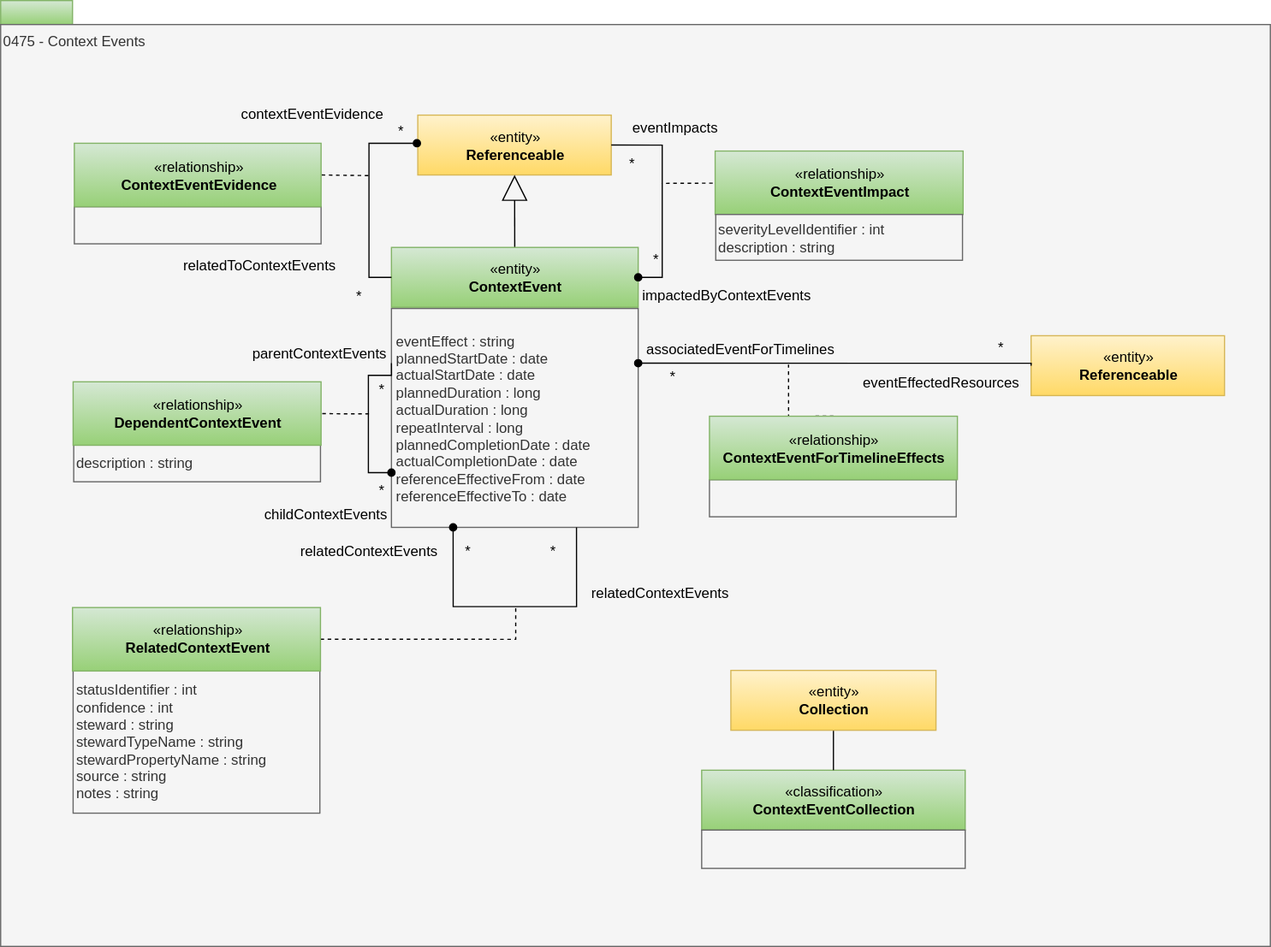
The draw.io diagram site/docs/types/4/0475-Context-Events.svg in odpi/egeria-docs, before a commit. Source tidied: cells renumbered, new cells last; positions are measured from the earlier drawing's top-left corner, leaving out a move shared by most shapes.
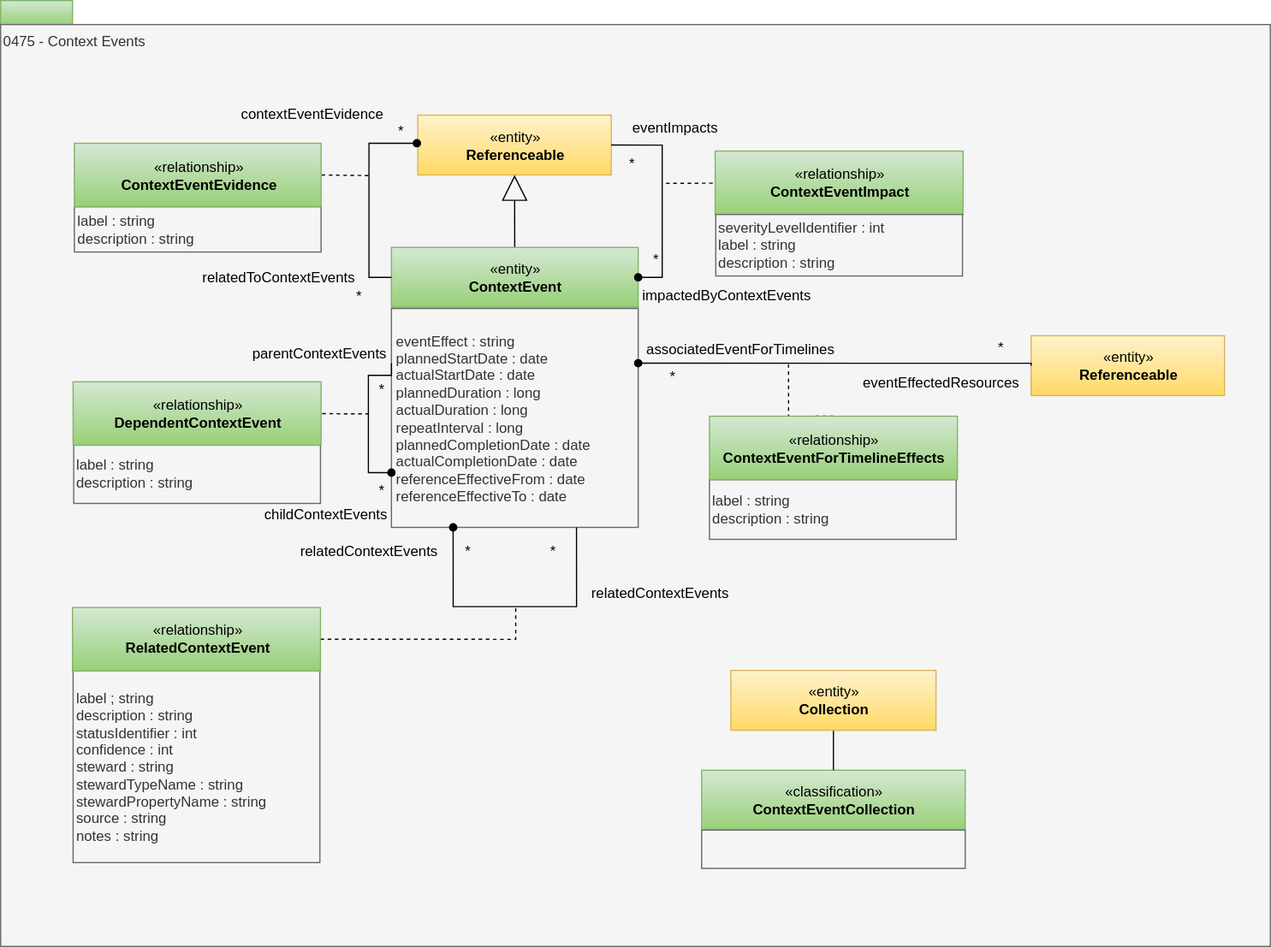
Later version of the same file.

Diff of the diagram source:
```diff
@@ -14,8 +14,8 @@
     <mxCell id="5" value="«entity»&lt;br&gt;&lt;b&gt;Referenceable&lt;/b&gt;" style="html=1;strokeColor=#d6b656;align=center;fillColor=#fff2cc;gradientColor=#ffd966;" parent="1" vertex="1">
       <mxGeometry x="348.2" y="95.7" width="161.5" height="50" as="geometry" />
     </mxCell>
-    <mxCell id="6" value="description : string" style="rounded=0;whiteSpace=wrap;html=1;strokeColor=#666666;align=left;fillColor=#f5f5f5;fontColor=#333333;" parent="1" vertex="1">
-      <mxGeometry x="61" y="370.9" width="206" height="31" as="geometry" />
+    <mxCell id="6" value="label : string&lt;div&gt;description : string&lt;/div&gt;" style="rounded=0;whiteSpace=wrap;html=1;strokeColor=#666666;align=left;fillColor=#f5f5f5;fontColor=#333333;" parent="1" vertex="1">
+      <mxGeometry x="61" y="370.9" width="206" height="49.1" as="geometry" />
     </mxCell>
     <mxCell id="7" value="*" style="text;html=1;strokeColor=none;fillColor=none;align=center;verticalAlign=middle;whiteSpace=wrap;rounded=0;" parent="1" vertex="1">
       <mxGeometry x="297.5" y="315" width="40" height="20" as="geometry" />
@@ -59,8 +59,8 @@
     <mxCell id="18" value="associatedEventForTimelines" style="text;html=1;align=center;verticalAlign=middle;" parent="1" vertex="1">
       <mxGeometry x="527.2" y="276" width="180" height="30" as="geometry" />
     </mxCell>
-    <mxCell id="19" style="rounded=0;whiteSpace=wrap;html=1;strokeColor=#666666;align=left;fillColor=#f5f5f5;fontColor=#333333;" parent="1" vertex="1">
-      <mxGeometry x="61.5" y="172.2" width="206" height="31" as="geometry" />
+    <mxCell id="19" value="label : string&lt;div&gt;description : string&lt;/div&gt;" style="rounded=0;whiteSpace=wrap;html=1;strokeColor=#666666;align=left;fillColor=#f5f5f5;fontColor=#333333;" parent="1" vertex="1">
+      <mxGeometry x="61.5" y="172.2" width="206" height="37.8" as="geometry" />
     </mxCell>
     <mxCell id="20" style="edgeStyle=orthogonalEdgeStyle;rounded=0;html=1;exitX=0;exitY=0.5;exitDx=0;exitDy=0;dashed=1;endArrow=none;endFill=0;jettySize=auto;" parent="1" edge="1" source="21">
       <mxGeometry relative="1" as="geometry">
@@ -105,8 +105,8 @@
     <mxCell id="28" value="*" style="text;html=1;strokeColor=none;fillColor=none;align=center;verticalAlign=middle;whiteSpace=wrap;rounded=0;" parent="1" vertex="1">
       <mxGeometry x="370" y="450" width="40" height="20" as="geometry" />
     </mxCell>
-    <mxCell id="29" value="statusIdentifier : int&lt;br&gt;confidence : int&lt;br style=&quot;border-color: var(--border-color);&quot;&gt;steward : string&lt;br style=&quot;border-color: var(--border-color);&quot;&gt;stewardTypeName : string&lt;br style=&quot;border-color: var(--border-color);&quot;&gt;stewardPropertyName : string&lt;br style=&quot;border-color: var(--border-color);&quot;&gt;source : string&lt;br style=&quot;border-color: var(--border-color);&quot;&gt;notes : string" style="rounded=0;whiteSpace=wrap;html=1;strokeColor=#666666;align=left;fillColor=#f5f5f5;fontColor=#333333;" parent="1" vertex="1">
-      <mxGeometry x="60.5" y="559.5" width="206" height="119.2" as="geometry" />
+    <mxCell id="29" value="label ; string&lt;div&gt;description : string&lt;br&gt;&lt;div&gt;statusIdentifier : int&lt;br&gt;confidence : int&lt;br style=&quot;border-color: var(--border-color);&quot;&gt;steward : string&lt;br style=&quot;border-color: var(--border-color);&quot;&gt;stewardTypeName : string&lt;br style=&quot;border-color: var(--border-color);&quot;&gt;stewardPropertyName : string&lt;br style=&quot;border-color: var(--border-color);&quot;&gt;source : string&lt;br style=&quot;border-color: var(--border-color);&quot;&gt;notes : string&lt;/div&gt;&lt;/div&gt;" style="rounded=0;whiteSpace=wrap;html=1;strokeColor=#666666;align=left;fillColor=#f5f5f5;fontColor=#333333;" parent="1" vertex="1">
+      <mxGeometry x="60.5" y="559.5" width="206" height="160.5" as="geometry" />
     </mxCell>
     <mxCell id="30" style="edgeStyle=orthogonalEdgeStyle;rounded=0;html=1;exitX=1;exitY=0.5;exitDx=0;exitDy=0;dashed=1;endArrow=none;endFill=0;jettySize=auto;" parent="1" edge="1" source="31">
       <mxGeometry relative="1" as="geometry">
@@ -142,8 +142,8 @@
     <mxCell id="38" value="*" style="text;html=1;strokeColor=none;fillColor=none;align=center;verticalAlign=middle;whiteSpace=wrap;rounded=0;" parent="1" vertex="1">
       <mxGeometry x="278.5" y="237.2" width="40" height="20" as="geometry" />
     </mxCell>
-    <mxCell id="39" value="severityLevelIdentifier : int&lt;br&gt;description : string" style="rounded=0;whiteSpace=wrap;html=1;strokeColor=#666666;align=left;fillColor=#f5f5f5;fontColor=#333333;" parent="1" vertex="1">
-      <mxGeometry x="597" y="178.7" width="206" height="38.2" as="geometry" />
+    <mxCell id="39" value="severityLevelIdentifier : int&lt;div&gt;label : string&lt;br&gt;description : string&lt;/div&gt;" style="rounded=0;whiteSpace=wrap;html=1;strokeColor=#666666;align=left;fillColor=#f5f5f5;fontColor=#333333;" parent="1" vertex="1">
+      <mxGeometry x="597" y="178.7" width="206" height="51.3" as="geometry" />
     </mxCell>
     <mxCell id="40" value="impactedByContextEvents" style="text;html=1;strokeColor=none;fillColor=none;align=center;verticalAlign=middle;whiteSpace=wrap;rounded=0;" parent="1" vertex="1">
       <mxGeometry x="553.5" y="236.2" width="104" height="20" as="geometry" />
@@ -176,8 +176,8 @@
         </Array>
       </mxGeometry>
     </mxCell>
-    <mxCell id="47" style="rounded=0;whiteSpace=wrap;html=1;strokeColor=#666666;align=left;fillColor=#f5f5f5;fontColor=#333333;" parent="1" vertex="1">
-      <mxGeometry x="591.8" y="400.2" width="206" height="31" as="geometry" />
+    <mxCell id="47" value="label : string&lt;div&gt;description : string&lt;/div&gt;" style="rounded=0;whiteSpace=wrap;html=1;strokeColor=#666666;align=left;fillColor=#f5f5f5;fontColor=#333333;" parent="1" vertex="1">
+      <mxGeometry x="591.8" y="400.2" width="206" height="49.8" as="geometry" />
     </mxCell>
     <mxCell id="48" style="edgeStyle=orthogonalEdgeStyle;rounded=0;html=1;exitX=0.5;exitY=0;exitDx=0;exitDy=0;dashed=1;endArrow=none;endFill=0;jettySize=auto;" parent="1" edge="1" source="49">
       <mxGeometry relative="1" as="geometry">
@@ -194,7 +194,7 @@
       <mxGeometry x="733.2" y="309.4" width="104" height="20" as="geometry" />
     </mxCell>
     <mxCell id="51" value="relatedToContextEvents" style="text;html=1;strokeColor=none;fillColor=none;align=center;verticalAlign=middle;whiteSpace=wrap;rounded=0;" parent="1" vertex="1">
-      <mxGeometry x="163.5" y="211.2" width="104" height="20" as="geometry" />
+      <mxGeometry x="180" y="221.2" width="104" height="20" as="geometry" />
     </mxCell>
     <mxCell id="52" value="*" style="text;html=1;strokeColor=none;fillColor=none;align=center;verticalAlign=middle;whiteSpace=wrap;rounded=0;" parent="1" vertex="1">
       <mxGeometry x="814.8" y="279.9" width="40" height="20" as="geometry" />
```
